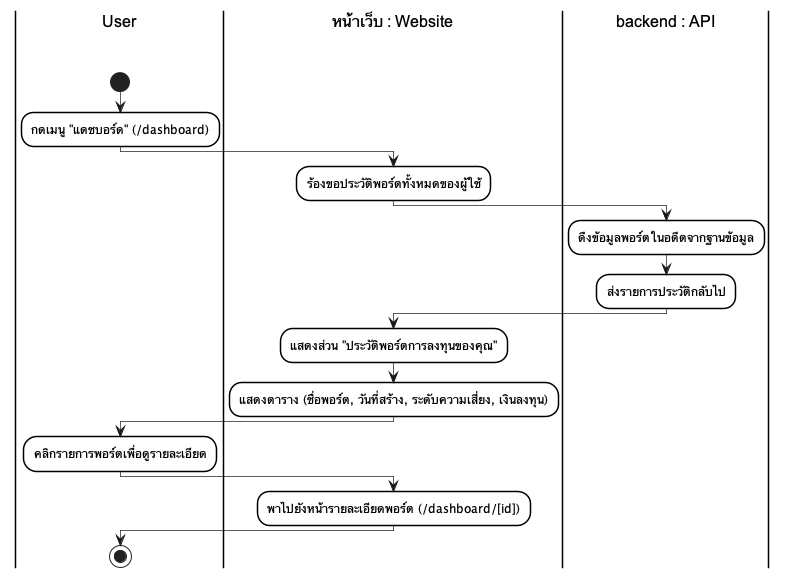
This is docs/diagrams/images/activity/activity_09_view_history.png from Anatta-at/my-portfolio-app, a PlantUML export, as it was before one commit.
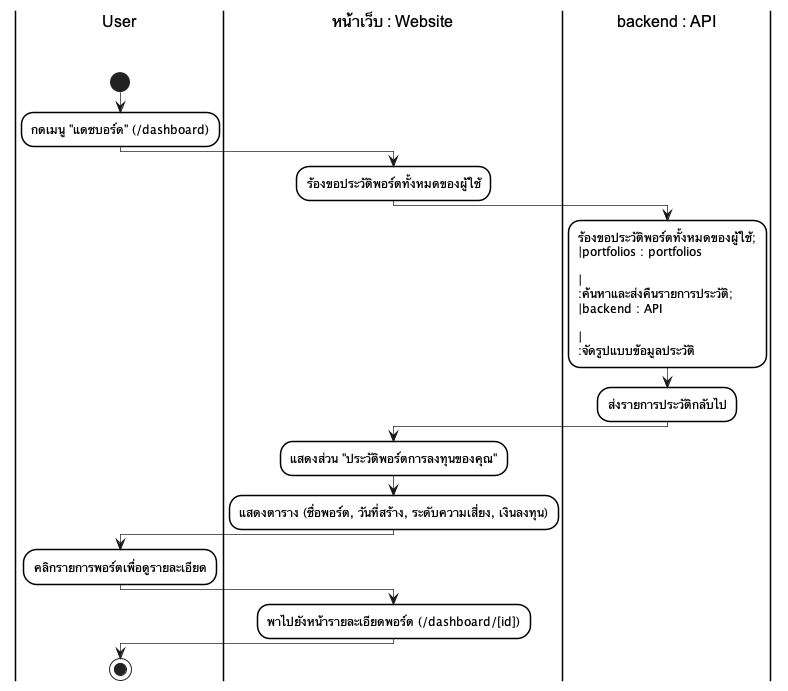
The same file after the commit.

The edit, as a diff of the source:
```diff
@@ -23,7 +23,7 @@
 |หน้าเว็บ : Website\n\n|
 :ร้องขอประวัติพอร์ตทั้งหมดของผู้ใช้;
 |backend : API\n\n|
-:ดึงข้อมูลพอร์ตในอดีตจากฐานข้อมูล;
+:ร้องขอประวัติพอร์ตทั้งหมดของผู้ใช้;\n|portfolios : portfolios\n\n|\n:ค้นหาและส่งคืนรายการประวัติ;\n|backend : API\n\n|\n:จัดรูปแบบข้อมูลประวัติ;
 :ส่งรายการประวัติกลับไป;
 |หน้าเว็บ : Website\n\n|
 :แสดงส่วน "ประวัติพอร์ตการลงทุนของคุณ";
```
